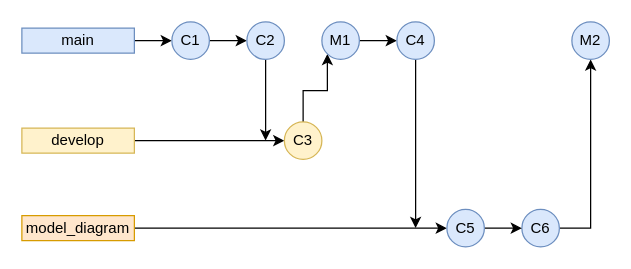
This is GitFlowDiagram.drawio from mejomba/maktab89_hw12, a draw.io file, before an edit. Source tidied: cells renumbered, new cells numbered last; positions are measured from the earlier drawing's top-left corner, leaving out a move shared by most shapes. Both pictures are drawn from the tidied source at 125%, with x=0, y=0 at pixel (21, 21).
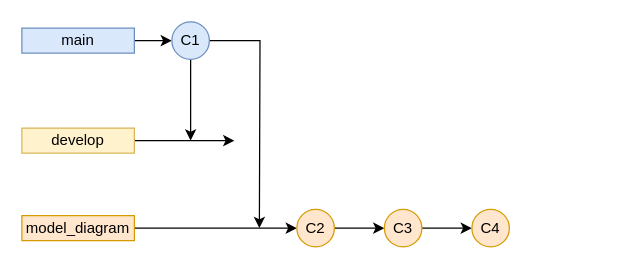
Above is the later version.

The change refers to these unchanged cells:
```xml
<mxCell id="5" value="develop" style="text;html=1;strokeColor=#d6b656;fillColor=#fff2cc;align=center;verticalAlign=middle;whiteSpace=wrap;rounded=0;" parent="1" vertex="1">
  <mxGeometry y="85" width="90" height="20" as="geometry" />
</mxCell>
<mxCell id="7" value="C1" style="ellipse;whiteSpace=wrap;html=1;fillColor=#dae8fc;strokeColor=#6c8ebf;" parent="1" vertex="1">
  <mxGeometry x="120" width="30" height="30" as="geometry" />
</mxCell>
<mxCell id="13" value="model_diagram" style="rounded=0;whiteSpace=wrap;html=1;fillColor=#ffe6cc;strokeColor=#d79b00;" parent="1" vertex="1">
  <mxGeometry y="155" width="90" height="20" as="geometry" />
</mxCell>
```

What changed in the source:
```diff
@@
-    <mxCell id="4" style="edgeStyle=orthogonalEdgeStyle;rounded=0;jettySize=auto;html=1;exitX=1;exitY=0.5;exitDx=0;exitDy=0;entryX=0;entryY=0.5;entryDx=0;entryDy=0;" parent="1" edge="1" source="5" target="11">
-      <mxGeometry relative="1" as="geometry" />
+    <mxCell id="4" style="edgeStyle=orthogonalEdgeStyle;rounded=0;jettySize=auto;html=1;exitX=1;exitY=0.5;exitDx=0;exitDy=0;" parent="1" edge="1" source="5">
+      <mxGeometry relative="1" as="geometry">
+        <mxPoint x="170" y="95" as="targetPoint" />
+      </mxGeometry>
     </mxCell>
@@
-    <mxCell id="6" style="edgeStyle=orthogonalEdgeStyle;rounded=0;jettySize=auto;html=1;exitX=1;exitY=0.5;exitDx=0;exitDy=0;entryX=0;entryY=0.5;entryDx=0;entryDy=0;" parent="1" edge="1" source="7" target="9">
-      <mxGeometry relative="1" as="geometry" />
-    </mxCell>
+    <mxCell id="23" style="edgeStyle=orthogonalEdgeStyle;rounded=0;jettySize=auto;html=1;" parent="1" edge="1" source="7">
+      <mxGeometry relative="1" as="geometry">
+        <mxPoint x="135" y="95" as="targetPoint" />
+      </mxGeometry>
+    </mxCell>
+    <mxCell id="24" style="edgeStyle=orthogonalEdgeStyle;rounded=0;jettySize=auto;html=1;" parent="1" edge="1" source="7">
+      <mxGeometry relative="1" as="geometry">
+        <mxPoint x="190" y="165" as="targetPoint" />
+      </mxGeometry>
+    </mxCell>
@@
-    <mxCell id="8" style="edgeStyle=orthogonalEdgeStyle;rounded=0;jettySize=auto;html=1;" parent="1" edge="1" source="9">
-      <mxGeometry relative="1" as="geometry">
-        <mxPoint x="195" y="95" as="targetPoint" />
-      </mxGeometry>
-    </mxCell>
-    <mxCell id="9" value="C2" style="ellipse;whiteSpace=wrap;html=1;fillColor=#dae8fc;strokeColor=#6c8ebf;" parent="1" vertex="1">
-      <mxGeometry x="180" width="30" height="30" as="geometry" />
-    </mxCell>
-    <mxCell id="10" style="edgeStyle=orthogonalEdgeStyle;rounded=0;jettySize=auto;html=1;entryX=0;entryY=1;entryDx=0;entryDy=0;" parent="1" edge="1" source="11" target="15">
-      <mxGeometry relative="1" as="geometry" />
-    </mxCell>
-    <mxCell id="11" value="C3" style="ellipse;whiteSpace=wrap;html=1;fillColor=#fff2cc;strokeColor=#d6b656;" parent="1" vertex="1">
-      <mxGeometry x="210" y="80" width="30" height="30" as="geometry" />
-    </mxCell>
-    <mxCell id="12" style="edgeStyle=orthogonalEdgeStyle;rounded=0;jettySize=auto;html=1;entryX=0;entryY=0.5;entryDx=0;entryDy=0;" parent="1" edge="1" source="13" target="21">
-      <mxGeometry relative="1" as="geometry" />
+    <mxCell id="12" style="edgeStyle=orthogonalEdgeStyle;rounded=0;jettySize=auto;html=1;" parent="1" edge="1" source="13">
+      <mxGeometry relative="1" as="geometry">
+        <mxPoint x="220" y="165" as="targetPoint" />
+      </mxGeometry>
     </mxCell>
@@
-    <mxCell id="14" style="edgeStyle=orthogonalEdgeStyle;rounded=0;jettySize=auto;html=1;entryX=0;entryY=0.5;entryDx=0;entryDy=0;" parent="1" edge="1" source="15" target="17">
-      <mxGeometry relative="1" as="geometry" />
-    </mxCell>
-    <mxCell id="15" value="M1" style="ellipse;whiteSpace=wrap;html=1;fillColor=#dae8fc;strokeColor=#6c8ebf;" parent="1" vertex="1">
-      <mxGeometry x="240" width="30" height="30" as="geometry" />
-    </mxCell>
-    <mxCell id="16" style="edgeStyle=orthogonalEdgeStyle;rounded=0;jettySize=auto;html=1;" parent="1" edge="1" source="17">
-      <mxGeometry relative="1" as="geometry">
-        <mxPoint x="315" y="165" as="targetPoint" />
-      </mxGeometry>
-    </mxCell>
-    <mxCell id="17" value="C4" style="ellipse;whiteSpace=wrap;html=1;fillColor=#dae8fc;strokeColor=#6c8ebf;" parent="1" vertex="1">
-      <mxGeometry x="300" width="30" height="30" as="geometry" />
-    </mxCell>
-    <mxCell id="18" style="edgeStyle=orthogonalEdgeStyle;rounded=0;jettySize=auto;html=1;entryX=0.5;entryY=1;entryDx=0;entryDy=0;" parent="1" edge="1" source="19" target="22">
-      <mxGeometry relative="1" as="geometry" />
-    </mxCell>
-    <mxCell id="19" value="C6" style="ellipse;whiteSpace=wrap;html=1;fillColor=#dae8fc;strokeColor=#6c8ebf;" parent="1" vertex="1">
-      <mxGeometry x="400" y="150" width="30" height="30" as="geometry" />
-    </mxCell>
-    <mxCell id="20" style="edgeStyle=orthogonalEdgeStyle;rounded=0;jettySize=auto;html=1;entryX=0;entryY=0.5;entryDx=0;entryDy=0;" parent="1" edge="1" source="21" target="19">
-      <mxGeometry relative="1" as="geometry" />
+    <mxCell id="20" style="edgeStyle=orthogonalEdgeStyle;rounded=0;jettySize=auto;html=1;" parent="1" edge="1" source="21">
+      <mxGeometry relative="1" as="geometry">
+        <mxPoint x="290" y="165" as="targetPoint" />
+      </mxGeometry>
     </mxCell>
-    <mxCell id="21" value="C5" style="ellipse;whiteSpace=wrap;html=1;fillColor=#dae8fc;strokeColor=#6c8ebf;" parent="1" vertex="1">
-      <mxGeometry x="340" y="150" width="30" height="30" as="geometry" />
+    <mxCell id="21" value="C2" style="ellipse;whiteSpace=wrap;html=1;fillColor=#ffe6cc;strokeColor=#d79b00;" parent="1" vertex="1">
+      <mxGeometry x="220" y="150" width="30" height="30" as="geometry" />
     </mxCell>
-    <mxCell id="22" value="M2" style="ellipse;whiteSpace=wrap;html=1;fillColor=#dae8fc;strokeColor=#6c8ebf;" parent="1" vertex="1">
-      <mxGeometry x="440" width="30" height="30" as="geometry" />
-    </mxCell>
+    <mxCell id="25" style="edgeStyle=orthogonalEdgeStyle;rounded=0;jettySize=auto;html=1;entryX=0;entryY=0.5;entryDx=0;entryDy=0;" parent="1" edge="1" source="11" target="17">
+      <mxGeometry relative="1" as="geometry" />
+    </mxCell>
+    <mxCell id="11" value="C3" style="ellipse;whiteSpace=wrap;html=1;fillColor=#ffe6cc;strokeColor=#d79b00;" parent="1" vertex="1">
+      <mxGeometry x="290" y="150" width="30" height="30" as="geometry" />
+    </mxCell>
+    <mxCell id="17" value="C4" style="ellipse;whiteSpace=wrap;html=1;fillColor=#ffe6cc;strokeColor=#d79b00;" parent="1" vertex="1">
+      <mxGeometry x="360" y="150" width="30" height="30" as="geometry" />
+    </mxCell>
```
